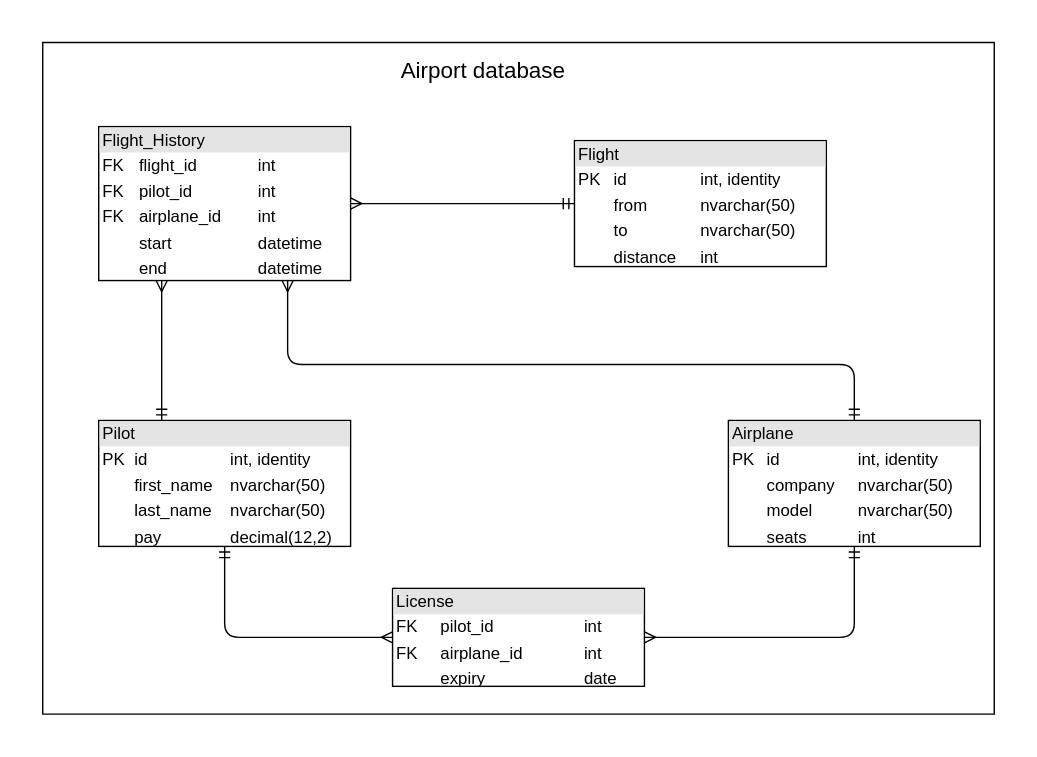
Above: EntityRelationshipDiagram.svg in mikanaaa/airport-database (draw.io), before the change. Source tidied: cells renumbered, new cells last; positions are measured from the earlier drawing's top-left corner, leaving out a move shared by most shapes.
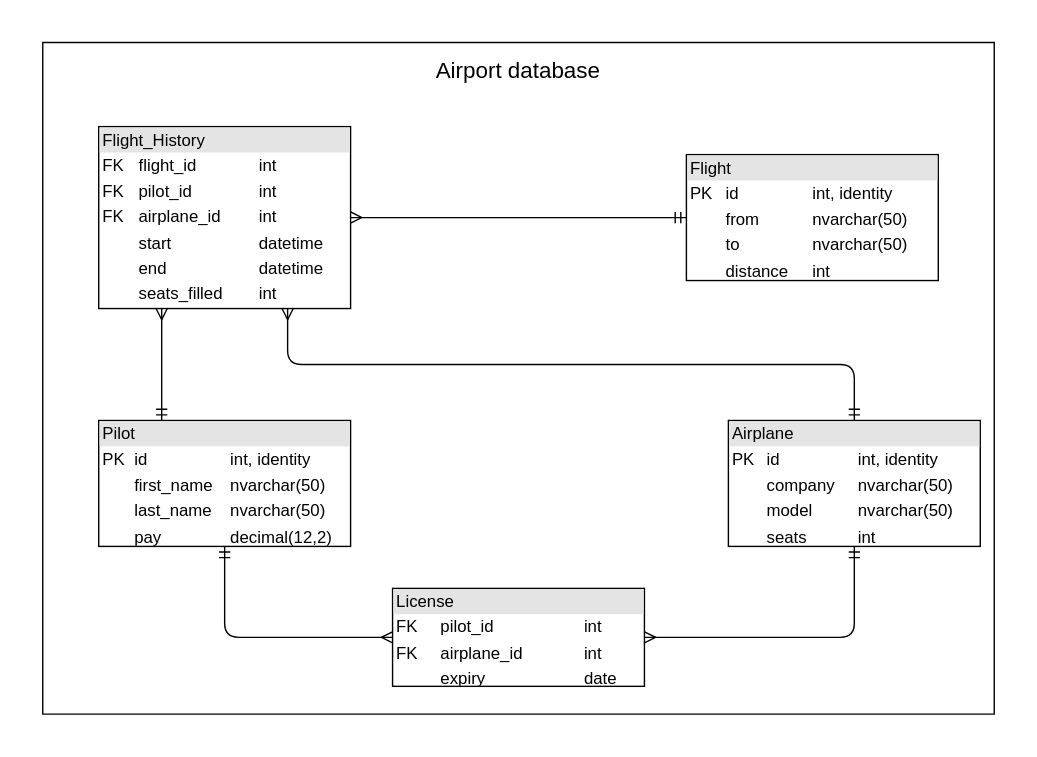
The same diagram one commit later.

Commit message:
Bugfix: Missing seats_filled column added

What changed in the source:
```diff
@@ -15,7 +15,7 @@
       <mxGeometry x="70" y="300" width="180" height="90" as="geometry" />
     </mxCell>
     <mxCell id="6" value="&lt;div style=&quot;box-sizing: border-box ; width: 100% ; background: #e4e4e4 ; padding: 2px&quot;&gt;Flight&lt;/div&gt;&lt;table style=&quot;width: 100% ; font-size: 1em&quot; cellpadding=&quot;2&quot; cellspacing=&quot;0&quot;&gt;&lt;tbody&gt;&lt;tr&gt;&lt;td&gt;PK&lt;/td&gt;&lt;td&gt;id&lt;/td&gt;&lt;td&gt;int, identity&lt;/td&gt;&lt;/tr&gt;&lt;tr&gt;&lt;td&gt;&lt;br&gt;&lt;/td&gt;&lt;td&gt;from&lt;/td&gt;&lt;td&gt;nvarchar(50)&lt;/td&gt;&lt;/tr&gt;&lt;tr&gt;&lt;td&gt;&lt;/td&gt;&lt;td&gt;to&lt;/td&gt;&lt;td&gt;nvarchar(50)&lt;br&gt;&lt;/td&gt;&lt;/tr&gt;&lt;tr&gt;&lt;td&gt;&lt;br&gt;&lt;/td&gt;&lt;td&gt;distance&lt;/td&gt;&lt;td&gt;int&lt;/td&gt;&lt;/tr&gt;&lt;/tbody&gt;&lt;/table&gt;" style="verticalAlign=top;align=left;overflow=fill;html=1;gradientColor=none;" parent="1" vertex="1">
-      <mxGeometry x="410" y="100" width="180" height="90" as="geometry" />
+      <mxGeometry x="490" y="110" width="180" height="90" as="geometry" />
     </mxCell>
     <mxCell id="7" style="edgeStyle=none;rounded=1;jumpStyle=none;jettySize=auto;html=1;exitX=0.5;exitY=0;exitDx=0;exitDy=0;entryX=0.75;entryY=1;entryDx=0;entryDy=0;startArrow=ERmandOne;startFill=0;endArrow=ERmany;endFill=0;strokeColor=#000000;" parent="1" edge="1" source="8" target="11">
       <mxGeometry relative="1" as="geometry">
@@ -38,11 +38,11 @@
     <mxCell id="10" value="&lt;div style=&quot;box-sizing: border-box ; width: 100% ; background: #e4e4e4 ; padding: 2px&quot;&gt;License&lt;/div&gt;&lt;table style=&quot;width: 100% ; font-size: 1em&quot; cellpadding=&quot;2&quot; cellspacing=&quot;0&quot;&gt;&lt;tbody&gt;&lt;tr&gt;&lt;td&gt;FK&lt;/td&gt;&lt;td&gt;pilot_id&lt;/td&gt;&lt;td&gt;int&lt;/td&gt;&lt;/tr&gt;&lt;tr&gt;&lt;td&gt;FK&lt;br&gt;&lt;/td&gt;&lt;td&gt;airplane_id&lt;/td&gt;&lt;td&gt;int&lt;br&gt;&lt;/td&gt;&lt;/tr&gt;&lt;tr&gt;&lt;td&gt;&lt;/td&gt;&lt;td&gt;expiry&lt;/td&gt;&lt;td&gt;date&lt;br&gt;&lt;/td&gt;&lt;/tr&gt;&lt;/tbody&gt;&lt;/table&gt;" style="verticalAlign=top;align=left;overflow=fill;html=1;gradientColor=none;" parent="1" vertex="1">
       <mxGeometry x="280" y="420" width="180" height="70" as="geometry" />
     </mxCell>
-    <mxCell id="11" value="&lt;div style=&quot;box-sizing: border-box ; width: 100% ; background: #e4e4e4 ; padding: 2px&quot;&gt;Flight_History&lt;/div&gt;&lt;table style=&quot;width: 100% ; font-size: 1em&quot; cellpadding=&quot;2&quot; cellspacing=&quot;0&quot;&gt;&lt;tbody&gt;&lt;tr&gt;&lt;td&gt;FK&lt;/td&gt;&lt;td&gt;flight_id&lt;/td&gt;&lt;td&gt;int&lt;/td&gt;&lt;/tr&gt;&lt;tr&gt;&lt;td&gt;FK&lt;br&gt;&lt;/td&gt;&lt;td&gt;pilot_id&lt;/td&gt;&lt;td&gt;int&lt;br&gt;&lt;/td&gt;&lt;/tr&gt;&lt;tr&gt;&lt;td&gt;FK&lt;/td&gt;&lt;td&gt;airplane_id&lt;/td&gt;&lt;td&gt;int&lt;br&gt;&lt;/td&gt;&lt;/tr&gt;&lt;tr&gt;&lt;td&gt;&lt;br&gt;&lt;/td&gt;&lt;td&gt;start&lt;/td&gt;&lt;td&gt;datetime&lt;/td&gt;&lt;/tr&gt;&lt;tr&gt;&lt;td&gt;&lt;br&gt;&lt;/td&gt;&lt;td&gt;end&lt;/td&gt;&lt;td&gt;datetime&lt;br&gt;&lt;/td&gt;&lt;/tr&gt;&lt;/tbody&gt;&lt;/table&gt;" style="verticalAlign=top;align=left;overflow=fill;html=1;gradientColor=none;" parent="1" vertex="1">
-      <mxGeometry x="70" y="90" width="180" height="110" as="geometry" />
+    <mxCell id="11" value="&lt;div style=&quot;box-sizing: border-box ; width: 100% ; background: #e4e4e4 ; padding: 2px&quot;&gt;Flight_History&lt;/div&gt;&lt;table style=&quot;width: 100% ; font-size: 1em&quot; cellpadding=&quot;2&quot; cellspacing=&quot;0&quot;&gt;&lt;tbody&gt;&lt;tr&gt;&lt;td&gt;FK&lt;/td&gt;&lt;td&gt;flight_id&lt;/td&gt;&lt;td&gt;int&lt;/td&gt;&lt;/tr&gt;&lt;tr&gt;&lt;td&gt;FK&lt;br&gt;&lt;/td&gt;&lt;td&gt;pilot_id&lt;/td&gt;&lt;td&gt;int&lt;br&gt;&lt;/td&gt;&lt;/tr&gt;&lt;tr&gt;&lt;td&gt;FK&lt;/td&gt;&lt;td&gt;airplane_id&lt;/td&gt;&lt;td&gt;int&lt;br&gt;&lt;/td&gt;&lt;/tr&gt;&lt;tr&gt;&lt;td&gt;&lt;br&gt;&lt;/td&gt;&lt;td&gt;start&lt;/td&gt;&lt;td&gt;datetime&lt;/td&gt;&lt;/tr&gt;&lt;tr&gt;&lt;td&gt;&lt;br&gt;&lt;/td&gt;&lt;td&gt;end&lt;/td&gt;&lt;td&gt;datetime&lt;br&gt;&lt;/td&gt;&lt;/tr&gt;&lt;tr&gt;&lt;td&gt;&lt;br&gt;&lt;/td&gt;&lt;td&gt;seats_filled&lt;/td&gt;&lt;td&gt;int&lt;/td&gt;&lt;/tr&gt;&lt;/tbody&gt;&lt;/table&gt;" style="verticalAlign=top;align=left;overflow=fill;html=1;gradientColor=none;" parent="1" vertex="1">
+      <mxGeometry x="70" y="90" width="180" height="130" as="geometry" />
     </mxCell>
     <mxCell id="12" value="&lt;font style=&quot;font-size: 16px&quot;&gt;Airport database&lt;/font&gt;" style="text;html=1;strokeColor=none;fillColor=none;align=center;verticalAlign=middle;whiteSpace=wrap;rounded=0;" parent="1" vertex="1">
-      <mxGeometry x="50" y="29.9" width="590" height="40" as="geometry" />
+      <mxGeometry x="30" y="29.9" width="680" height="40" as="geometry" />
     </mxCell>
     <mxCell id="13" style="endArrow=ERmandOne;html=1;rounded=0;entryX=0;entryY=0.5;entryDx=0;entryDy=0;exitX=1;exitY=0.5;exitDx=0;exitDy=0;jumpStyle=none;strokeColor=#000000;startArrow=ERmany;startFill=0;endFill=0;" parent="1" edge="1" source="11" target="6">
       <mxGeometry relative="1" as="geometry" />
```
